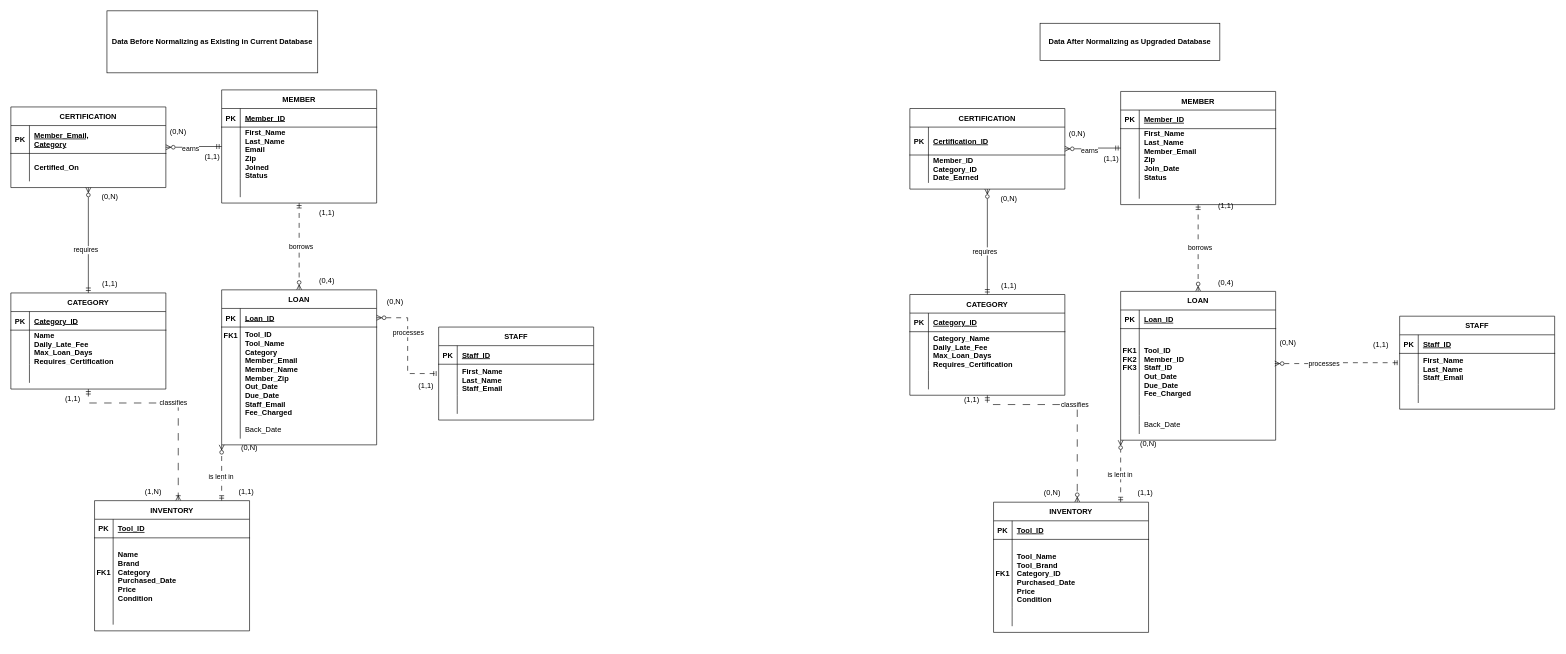
VersatileVariable/DatabaseManagementSystemsProject keeps this draw.io diagram as er_diagram.drawio. Above is the earlier version. Source tidied: cells renumbered, new cells numbered last; positions are measured from the earlier drawing's top-left corner, leaving out a move shared by most shapes. Both pictures are drawn from the tidied source at 62%, with x=0, y=0 at pixel (11, 11).
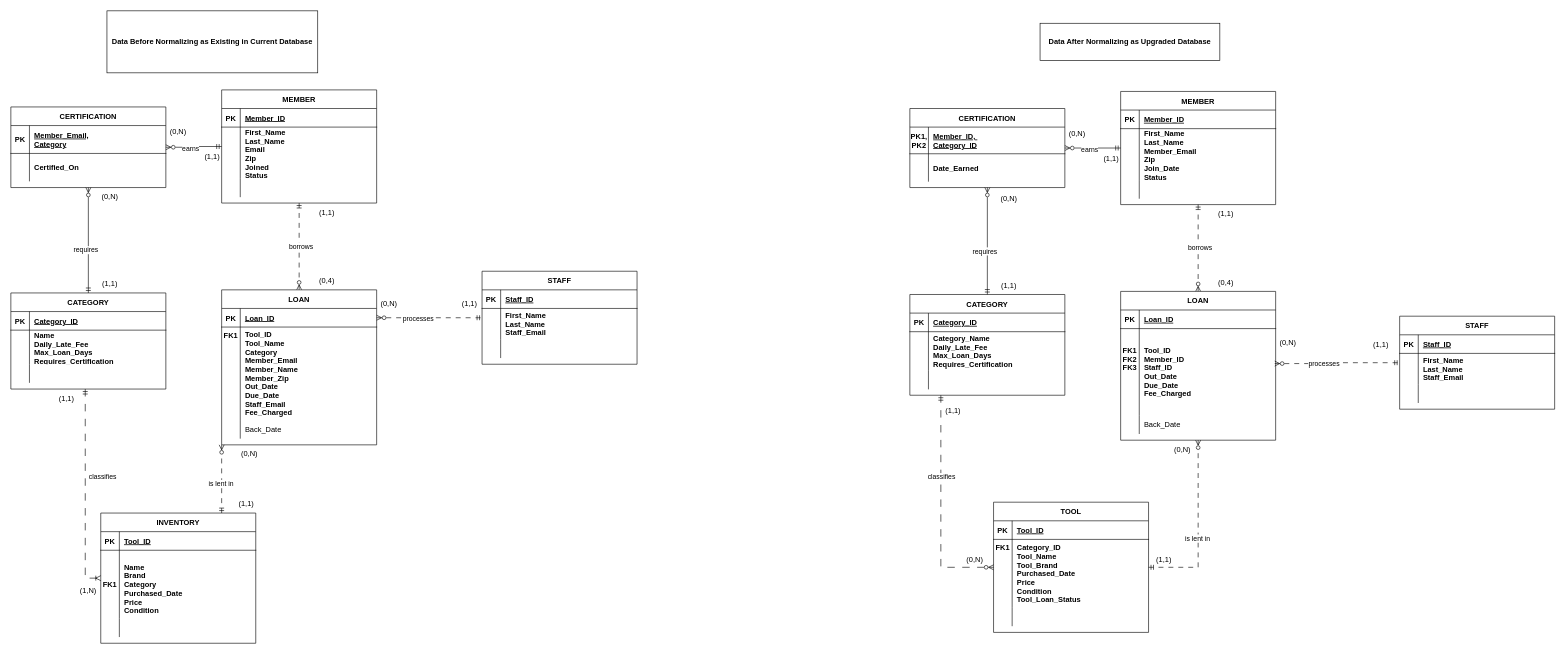
The same diagram, later.

Unchanged cells that the change refers to:
```xml
<mxCell id="16" value="CATEGORY" style="shape=table;startSize=30;childLayout=tableLayout;rowLines=0;fontStyle=1;align=center;" parent="1" vertex="1">
  <mxGeometry y="455" width="250" height="155" as="geometry" />
</mxCell>
<mxCell id="97" value="CATEGORY" style="shape=table;startSize=30;childLayout=tableLayout;rowLines=0;fontStyle=1;align=center;" parent="1" vertex="1">
  <mxGeometry x="1450" y="457.5" width="250" height="162.5" as="geometry" />
</mxCell>
<mxCell id="116" value="LOAN" style="shape=table;startSize=30;childLayout=tableLayout;rowLines=0;fontStyle=1;align=center;" parent="1" vertex="1">
  <mxGeometry x="1790" y="452.5" width="250" height="240" as="geometry" />
</mxCell>
<mxCell id="132" style="shape=partialRectangle;fillColor=none;top=0;left=0;right=0;bottom=0;" parent="128" vertex="1">
  <mxGeometry y="60" width="250" height="110" as="geometry" />
</mxCell>
```

What changed in the source:
```diff
@@
     <mxCell id="14" style="edgeStyle=orthogonalEdgeStyle;rounded=0;jettySize=auto;html=1;endArrow=ERoneToMany;endFill=0;startArrow=ERmandOne;startFill=0;dashed=1;dashPattern=12 12;" parent="1" edge="1" source="16" target="47">
-      <mxGeometry x="0.19" relative="1" as="geometry">
+      <mxGeometry x="0.18" relative="1" as="geometry">
         <Array as="points">
-          <mxPoint x="125" y="632.5" />
-          <mxPoint x="270" y="632.5" />
+          <mxPoint x="120" y="915" />
         </Array>
       </mxGeometry>
     </mxCell>
     <mxCell id="15" value="classifies" style="edgeLabel;html=1;align=center;verticalAlign=middle;" parent="14" vertex="1">
-      <mxGeometry x="-0.16" y="5" relative="1" as="geometry">
+      <mxGeometry x="-0.18" y="5" relative="1" as="geometry">
         <mxPoint x="22" y="5" as="offset" />
       </mxGeometry>
     </mxCell>
@@
     <mxCell id="47" value="INVENTORY" style="shape=table;startSize=30;childLayout=tableLayout;rowLines=0;fontStyle=1;align=center;" parent="1" vertex="1">
-      <mxGeometry x="135" y="790" width="250" height="210" as="geometry" />
+      <mxGeometry x="145" y="810" width="250" height="210" as="geometry" />
     </mxCell>
@@
     <mxCell id="57" value="STAFF" style="shape=table;startSize=30;childLayout=tableLayout;rowLines=0;fontStyle=1;align=center;" parent="1" vertex="1">
-      <mxGeometry x="690" y="510" width="250" height="150" as="geometry" />
+      <mxGeometry x="760" y="420" width="250" height="150" as="geometry" />
     </mxCell>
@@
     <mxCell id="73" value="(1,1)" style="text;html=1;whiteSpace=wrap;strokeColor=none;fillColor=none;align=center;verticalAlign=middle;rounded=0;" parent="1" vertex="1">
-      <mxGeometry x="640" y="590" width="60" height="30" as="geometry" />
+      <mxGeometry x="710" y="457.5" width="60" height="30" as="geometry" />
     </mxCell>
     <mxCell id="74" value="(1,1)" style="text;html=1;whiteSpace=wrap;strokeColor=none;fillColor=none;align=center;verticalAlign=middle;rounded=0;" parent="1" vertex="1">
-      <mxGeometry x="350" y="760" width="60" height="30" as="geometry" />
+      <mxGeometry x="350" y="780" width="60" height="30" as="geometry" />
     </mxCell>
     <mxCell id="75" value="(1,1)" style="text;html=1;whiteSpace=wrap;strokeColor=none;fillColor=none;align=center;verticalAlign=middle;rounded=0;" parent="1" vertex="1">
-      <mxGeometry x="70" y="610" width="60" height="30" as="geometry" />
+      <mxGeometry x="60" y="610" width="60" height="30" as="geometry" />
     </mxCell>
@@
     <mxCell id="77" value="(0,N)" style="text;html=1;whiteSpace=wrap;strokeColor=none;fillColor=none;align=center;verticalAlign=middle;rounded=0;" parent="1" vertex="1">
-      <mxGeometry x="590" y="454" width="60" height="30" as="geometry" />
+      <mxGeometry x="580" y="457.5" width="60" height="30" as="geometry" />
     </mxCell>
     <mxCell id="78" value="(0,N)" style="text;html=1;whiteSpace=wrap;strokeColor=none;fillColor=none;align=center;verticalAlign=middle;rounded=0;" parent="1" vertex="1">
-      <mxGeometry x="355" y="690" width="60" height="30" as="geometry" />
+      <mxGeometry x="355" y="700" width="60" height="30" as="geometry" />
     </mxCell>
     <mxCell id="79" value="(1,N)" style="text;html=1;whiteSpace=wrap;strokeColor=none;fillColor=none;align=center;verticalAlign=middle;rounded=0;" parent="1" vertex="1">
-      <mxGeometry x="200" y="760" width="60" height="30" as="geometry" />
+      <mxGeometry x="95" y="920" width="60" height="30" as="geometry" />
     </mxCell>
@@
     <mxCell id="95" style="edgeStyle=orthogonalEdgeStyle;rounded=0;jettySize=auto;html=1;endArrow=ERzeroToMany;endFill=0;startArrow=ERmandOne;startFill=0;dashed=1;dashPattern=12 12;" parent="1" edge="1" source="97" target="128">
-      <mxGeometry x="0.19" relative="1" as="geometry">
+      <mxGeometry x="0.02" relative="1" as="geometry">
         <Array as="points">
-          <mxPoint x="1575" y="635" />
-          <mxPoint x="1720" y="635" />
+          <mxPoint x="1500" y="897.5" />
         </Array>
       </mxGeometry>
     </mxCell>
     <mxCell id="96" value="classifies" style="edgeLabel;html=1;align=center;verticalAlign=middle;" parent="95" vertex="1">
-      <mxGeometry x="-0.16" y="5" relative="1" as="geometry">
-        <mxPoint x="22" y="5" as="offset" />
+      <mxGeometry x="-0.39" y="5" relative="1" as="geometry">
+        <mxPoint x="-5" y="20" as="offset" />
       </mxGeometry>
     </mxCell>
@@
     <mxCell id="109" value="CERTIFICATION" style="shape=table;startSize=30;childLayout=tableLayout;rowLines=0;fontStyle=1;align=center;" parent="1" vertex="1">
-      <mxGeometry x="1450" y="157.5" width="250" height="130" as="geometry" />
+      <mxGeometry x="1450" y="157.5" width="250" height="127.5" as="geometry" />
     </mxCell>
     <mxCell id="110" style="shape=partialRectangle;fillColor=none;top=0;left=0;right=0;bottom=1;" parent="109" vertex="1">
-      <mxGeometry y="30" width="250" height="45" as="geometry" />
+      <mxGeometry y="30" width="250" height="43" as="geometry" />
     </mxCell>
-    <mxCell id="111" value="PK" style="shape=partialRectangle;overflow=hidden;fillColor=none;top=0;left=0;bottom=0;right=0;fontStyle=1;" parent="110" vertex="1">
-      <mxGeometry width="30" height="45" as="geometry" />
+    <mxCell id="111" value="PK1,&#10;PK2" style="shape=partialRectangle;overflow=hidden;fillColor=none;top=0;left=0;bottom=0;right=0;fontStyle=1;" parent="110" vertex="1">
+      <mxGeometry width="30" height="43" as="geometry" />
     </mxCell>
-    <mxCell id="112" value="Certification_ID" style="shape=partialRectangle;overflow=hidden;fillColor=none;top=0;left=0;bottom=0;right=0;align=left;spacingLeft=6;fontStyle=5;" parent="110" vertex="1">
-      <mxGeometry x="30" width="220" height="45" as="geometry" />
+    <mxCell id="112" value="Member_ID, &#10;Category_ID" style="shape=partialRectangle;overflow=hidden;fillColor=none;top=0;left=0;bottom=0;right=0;align=left;spacingLeft=6;fontStyle=5;" parent="110" vertex="1">
+      <mxGeometry x="30" width="220" height="43" as="geometry" />
     </mxCell>
     <mxCell id="113" style="shape=partialRectangle;fillColor=none;top=0;left=0;right=0;bottom=0;" parent="109" vertex="1">
-      <mxGeometry y="75" width="250" height="45" as="geometry" />
+      <mxGeometry y="73" width="250" height="45" as="geometry" />
     </mxCell>
@@
-    <mxCell id="115" value="Member_ID&#10;Category_ID&#10;Date_Earned" style="shape=partialRectangle;overflow=hidden;fillColor=none;top=0;left=0;bottom=0;right=0;align=left;spacingLeft=6;fontStyle=1;" parent="113" vertex="1">
+    <mxCell id="115" value="Date_Earned" style="shape=partialRectangle;overflow=hidden;fillColor=none;top=0;left=0;bottom=0;right=0;align=left;spacingLeft=6;fontStyle=1;" parent="113" vertex="1">
       <mxGeometry x="30" width="220" height="45" as="geometry" />
     </mxCell>
@@
     <mxCell id="126" style="edgeStyle=orthogonalEdgeStyle;rounded=0;jettySize=auto;html=1;endArrow=ERzeroToMany;endFill=0;startArrow=ERmandOne;startFill=0;dashed=1;dashPattern=8 8;" parent="1" edge="1" source="128" target="116">
       <mxGeometry x="-0.22" relative="1" as="geometry">
         <Array as="points">
-          <mxPoint x="1810" y="632.5" />
-          <mxPoint x="1915" y="632.5" />
+          <mxPoint x="1915" y="897.5" />
         </Array>
       </mxGeometry>
     </mxCell>
     <mxCell id="127" value="is lent in" style="edgeLabel;html=1;align=center;verticalAlign=middle;" parent="126" vertex="1">
-      <mxGeometry x="-0.12" y="2" relative="1" as="geometry" />
+      <mxGeometry x="-0.11" y="2" relative="1" as="geometry" />
     </mxCell>
-    <mxCell id="128" value="INVENTORY" style="shape=table;startSize=30;childLayout=tableLayout;rowLines=0;fontStyle=1;align=center;" parent="1" vertex="1">
+    <mxCell id="128" value="TOOL" style="shape=table;startSize=30;childLayout=tableLayout;rowLines=0;fontStyle=1;align=center;" parent="1" vertex="1">
       <mxGeometry x="1585" y="792.5" width="250" height="210" as="geometry" />
     </mxCell>
@@
-    <mxCell id="133" value="FK1" style="shape=partialRectangle;overflow=hidden;fillColor=none;top=0;left=0;bottom=0;right=0;fontStyle=1;" parent="132" vertex="1">
+    <mxCell id="133" value="FK1" style="shape=partialRectangle;overflow=hidden;fillColor=none;top=0;left=0;bottom=0;right=0;fontStyle=1;verticalAlign=top;" parent="132" vertex="1">
       <mxGeometry width="30" height="110" as="geometry" />
     </mxCell>
-    <mxCell id="134" value="&#10;Tool_Name&#10;Tool_Brand&#10;Category_ID&#10;Purchased_Date&#10;Price&#10;Condition" style="shape=partialRectangle;overflow=hidden;fillColor=none;top=0;left=0;bottom=0;right=0;align=left;spacingLeft=6;fontStyle=1;" parent="132" vertex="1">
+    <mxCell id="134" value="Category_ID&#10;Tool_Name&#10;Tool_Brand&#10;Purchased_Date&#10;Price&#10;Condition&#10;Tool_Loan_Status" style="shape=partialRectangle;overflow=hidden;fillColor=none;top=0;left=0;bottom=0;right=0;align=left;spacingLeft=6;fontStyle=1;verticalAlign=top;" parent="132" vertex="1">
       <mxGeometry x="30" width="220" height="110" as="geometry" />
     </mxCell>
@@
     <mxCell id="153" value="(1,1)" style="text;html=1;whiteSpace=wrap;strokeColor=none;fillColor=none;align=center;verticalAlign=middle;rounded=0;" parent="1" vertex="1">
-      <mxGeometry x="1930" y="300" width="60" height="30" as="geometry" />
+      <mxGeometry x="1930" y="312.5" width="60" height="30" as="geometry" />
     </mxCell>
@@
     <mxCell id="155" value="(1,1)" style="text;html=1;whiteSpace=wrap;strokeColor=none;fillColor=none;align=center;verticalAlign=middle;rounded=0;" parent="1" vertex="1">
-      <mxGeometry x="1800" y="762.5" width="60" height="30" as="geometry" />
+      <mxGeometry x="1830" y="870" width="60" height="30" as="geometry" />
     </mxCell>
     <mxCell id="156" value="(1,1)" style="text;html=1;whiteSpace=wrap;strokeColor=none;fillColor=none;align=center;verticalAlign=middle;rounded=0;" parent="1" vertex="1">
-      <mxGeometry x="1520" y="612.5" width="60" height="30" as="geometry" />
+      <mxGeometry x="1490" y="630" width="60" height="30" as="geometry" />
     </mxCell>
@@
     <mxCell id="159" value="(0,N)" style="text;html=1;whiteSpace=wrap;strokeColor=none;fillColor=none;align=center;verticalAlign=middle;rounded=0;" parent="1" vertex="1">
-      <mxGeometry x="1805" y="682.5" width="60" height="30" as="geometry" />
+      <mxGeometry x="1860" y="692.5" width="60" height="30" as="geometry" />
     </mxCell>
     <mxCell id="160" value="(0,N)" style="text;html=1;whiteSpace=wrap;strokeColor=none;fillColor=none;align=center;verticalAlign=middle;rounded=0;" parent="1" vertex="1">
-      <mxGeometry x="1650" y="762.5" width="60" height="30" as="geometry" />
+      <mxGeometry x="1525" y="870" width="60" height="30" as="geometry" />
     </mxCell>
```
